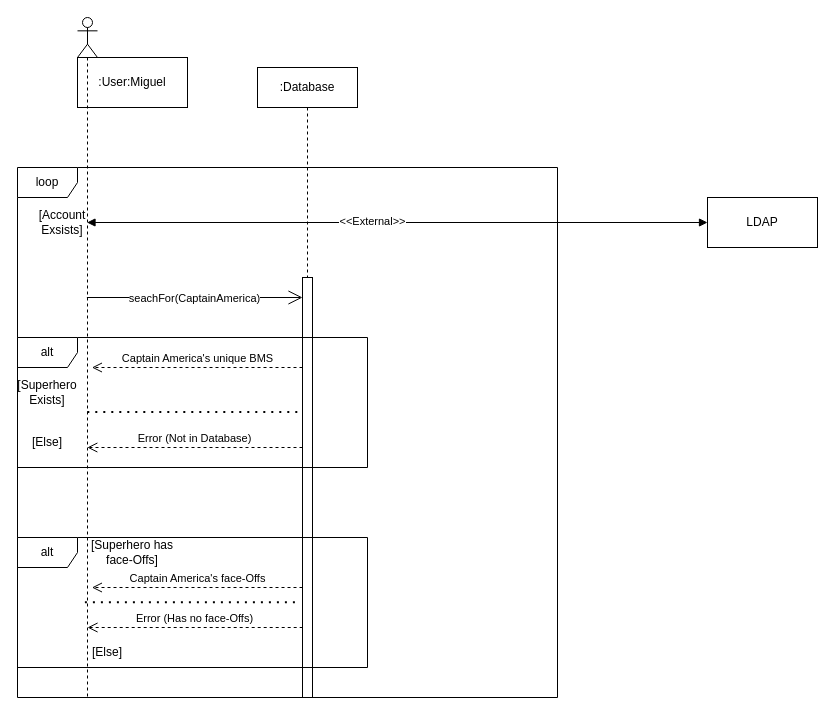
Earlier version of the draw.io diagram SD.drawio (tonywin35/diagrams2340). Source tidied: cells renumbered, new cells numbered last; positions are measured from the earlier drawing's top-left corner, leaving out a move shared by most shapes. Both pictures are drawn from the tidied source at 100%, with x=0, y=0 at pixel (17, 17).
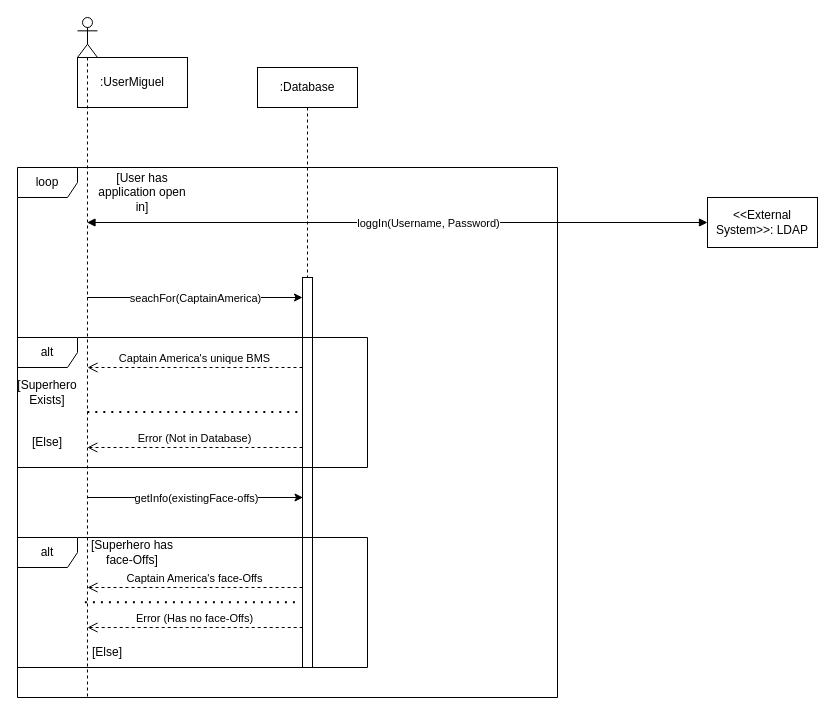
Above is the later version.

The change refers to these unchanged cells:
```xml
<mxCell id="5" style="endArrow=block;startArrow=block;endFill=1;startFill=1;html=1;rounded=0;entryX=0;entryY=0.5;entryDx=0;entryDy=0;" parent="1" edge="1" source="10" target="4">
  <mxGeometry relative="1" as="geometry" />
</mxCell>
```

The edit, as a diff of the source:
```diff
@@
-    <mxCell id="3" value=":User:Miguel" style="html=1;whiteSpace=wrap;" parent="1" vertex="1">
+    <mxCell id="3" value=":UserMiguel" style="html=1;whiteSpace=wrap;" parent="1" vertex="1">
       <mxGeometry x="60" y="40" width="110" height="50" as="geometry" />
     </mxCell>
-    <mxCell id="4" value="LDAP" style="html=1;whiteSpace=wrap;" parent="1" vertex="1">
+    <mxCell id="4" value="&amp;lt;&amp;lt;External System&amp;gt;&amp;gt;: LDAP" style="html=1;whiteSpace=wrap;" parent="1" vertex="1">
       <mxGeometry x="690" y="180" width="110" height="50" as="geometry" />
     </mxCell>
@@
-    <mxCell id="6" value="&amp;lt;&amp;lt;External&amp;gt;&amp;gt;" style="edgeLabel;html=1;align=center;verticalAlign=middle;" parent="5" vertex="1">
-      <mxGeometry x="-0.08" y="2" relative="1" as="geometry" />
+    <mxCell id="6" value="loggIn(Username, Password)" style="edgeLabel;html=1;align=center;verticalAlign=middle;" parent="5" vertex="1">
+      <mxGeometry x="-0.08" y="2" relative="1" as="geometry">
+        <mxPoint x="56" y="2" as="offset" />
+      </mxGeometry>
     </mxCell>
-    <mxCell id="7" value="[Account Exsists]" style="text;html=1;align=center;verticalAlign=middle;whiteSpace=wrap;rounded=0;" parent="1" vertex="1">
-      <mxGeometry y="180" width="90" height="50" as="geometry" />
+    <mxCell id="7" value="[User has application open in]" style="text;html=1;align=center;verticalAlign=middle;whiteSpace=wrap;rounded=0;" parent="1" vertex="1">
+      <mxGeometry x="80" y="150" width="90" height="50" as="geometry" />
     </mxCell>
-    <mxCell id="8" style="endArrow=open;endFill=1;endSize=12;html=1;rounded=0;entryX=0;entryY=0;entryDx=0;entryDy=5;entryPerimeter=0;" parent="1" edge="1">
-      <mxGeometry relative="1" as="geometry">
-        <mxPoint x="69.4" y="280" as="sourcePoint" />
-        <mxPoint x="285" y="280" as="targetPoint" />
-      </mxGeometry>
-    </mxCell>
-    <mxCell id="9" value="seachFor(CaptainAmerica)" style="edgeLabel;html=1;align=center;verticalAlign=middle;" parent="8" vertex="1">
-      <mxGeometry x="-0.01" relative="1" as="geometry" />
-    </mxCell>
@@
     <mxCell id="12" style="html=1;perimeter=orthogonalPerimeter;targetShapes=umlLifeline;newEdgeStyle={&quot;curved&quot;:0,&quot;rounded&quot;:0};" parent="1" vertex="1">
-      <mxGeometry x="285" y="260" width="10" height="420" as="geometry" />
+      <mxGeometry x="285" y="260" width="10" height="390" as="geometry" />
     </mxCell>
     <mxCell id="13" value="Captain America's unique BMS" style="html=1;verticalAlign=bottom;endArrow=open;dashed=1;endSize=8;curved=0;rounded=0;" parent="1" edge="1">
       <mxGeometry relative="1" as="geometry">
         <mxPoint x="285" y="350" as="sourcePoint" />
-        <mxPoint x="74.4" y="350" as="targetPoint" />
+        <mxPoint x="70" y="350" as="targetPoint" />
       </mxGeometry>
     </mxCell>
@@
     <mxCell id="22" value="Captain America's face-Offs" style="html=1;verticalAlign=bottom;endArrow=open;dashed=1;endSize=8;curved=0;rounded=0;" parent="1" edge="1">
       <mxGeometry relative="1" as="geometry">
         <mxPoint x="285" y="570" as="sourcePoint" />
-        <mxPoint x="74.4" y="570" as="targetPoint" />
+        <mxPoint x="70" y="570" as="targetPoint" />
       </mxGeometry>
     </mxCell>
@@
+    <mxCell id="25" style="endArrow=classic;html=1;rounded=0;" parent="1" edge="1">
+      <mxGeometry relative="1" as="geometry">
+        <mxPoint x="69.5" y="280" as="sourcePoint" />
+        <mxPoint x="285" y="280" as="targetPoint" />
+      </mxGeometry>
+    </mxCell>
+    <mxCell id="9" value="seachFor(CaptainAmerica)" style="edgeLabel;html=1;align=center;verticalAlign=middle;" parent="25" vertex="1">
+      <mxGeometry relative="1" as="geometry" />
+    </mxCell>
+    <mxCell id="26" style="endArrow=classic;html=1;rounded=0;" parent="1" edge="1">
+      <mxGeometry relative="1" as="geometry">
+        <mxPoint x="70" y="480" as="sourcePoint" />
+        <mxPoint x="285.5" y="480" as="targetPoint" />
+      </mxGeometry>
+    </mxCell>
+    <mxCell id="27" value="getInfo(existingFace-offs)" style="edgeLabel;html=1;align=center;verticalAlign=middle;" parent="26" vertex="1">
+      <mxGeometry relative="1" as="geometry" />
+    </mxCell>
```
